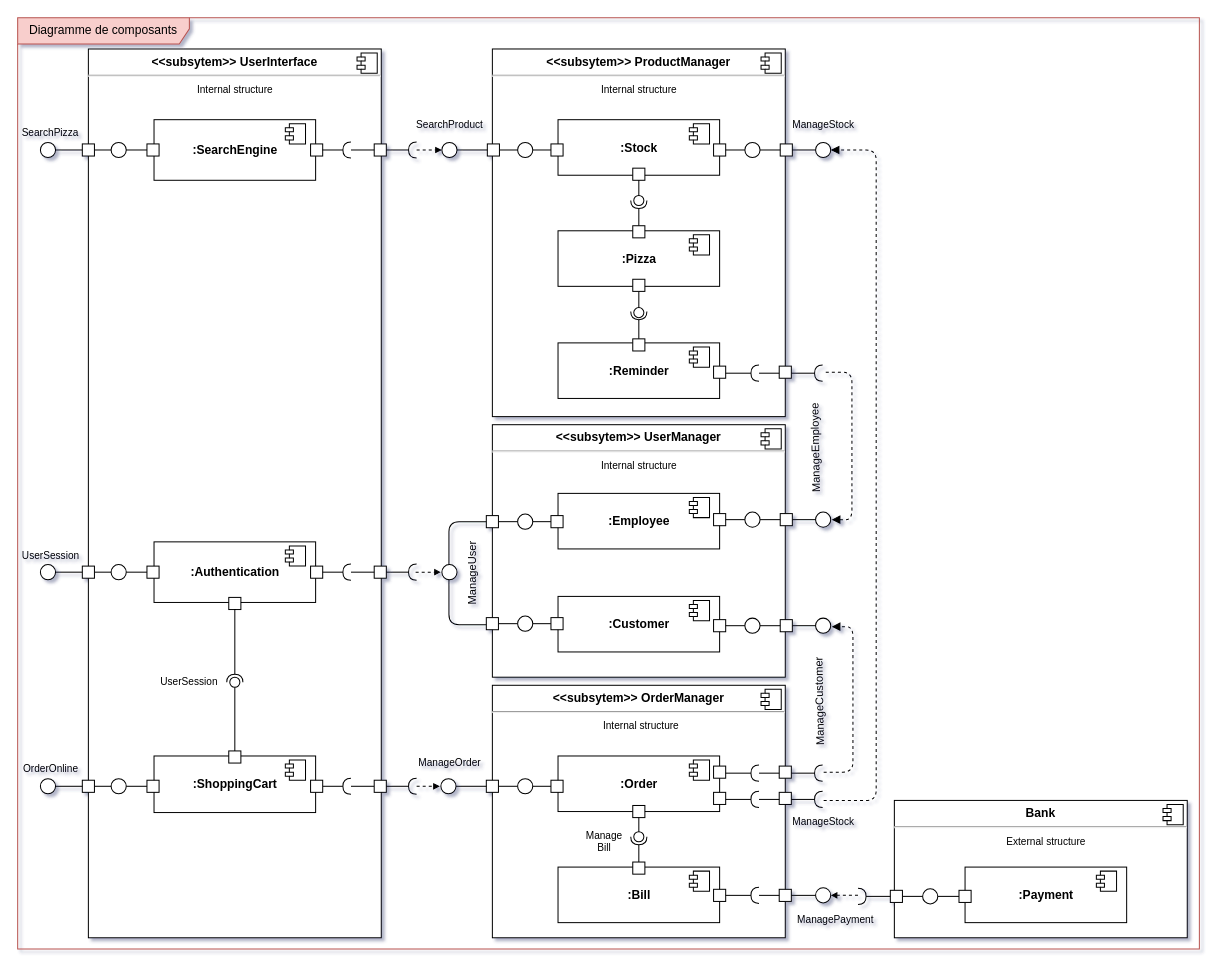
This is Diagrammes/diagramme_composant.drawio from Eidocode/OC_Project6, a draw.io file, before an edit. Source tidied: cells renumbered, new cells numbered last; positions are measured from the earlier drawing's top-left corner, leaving out a move shared by most shapes. Both pictures are drawn from the tidied source at 101%, with x=0, y=0 at pixel (17, 17).
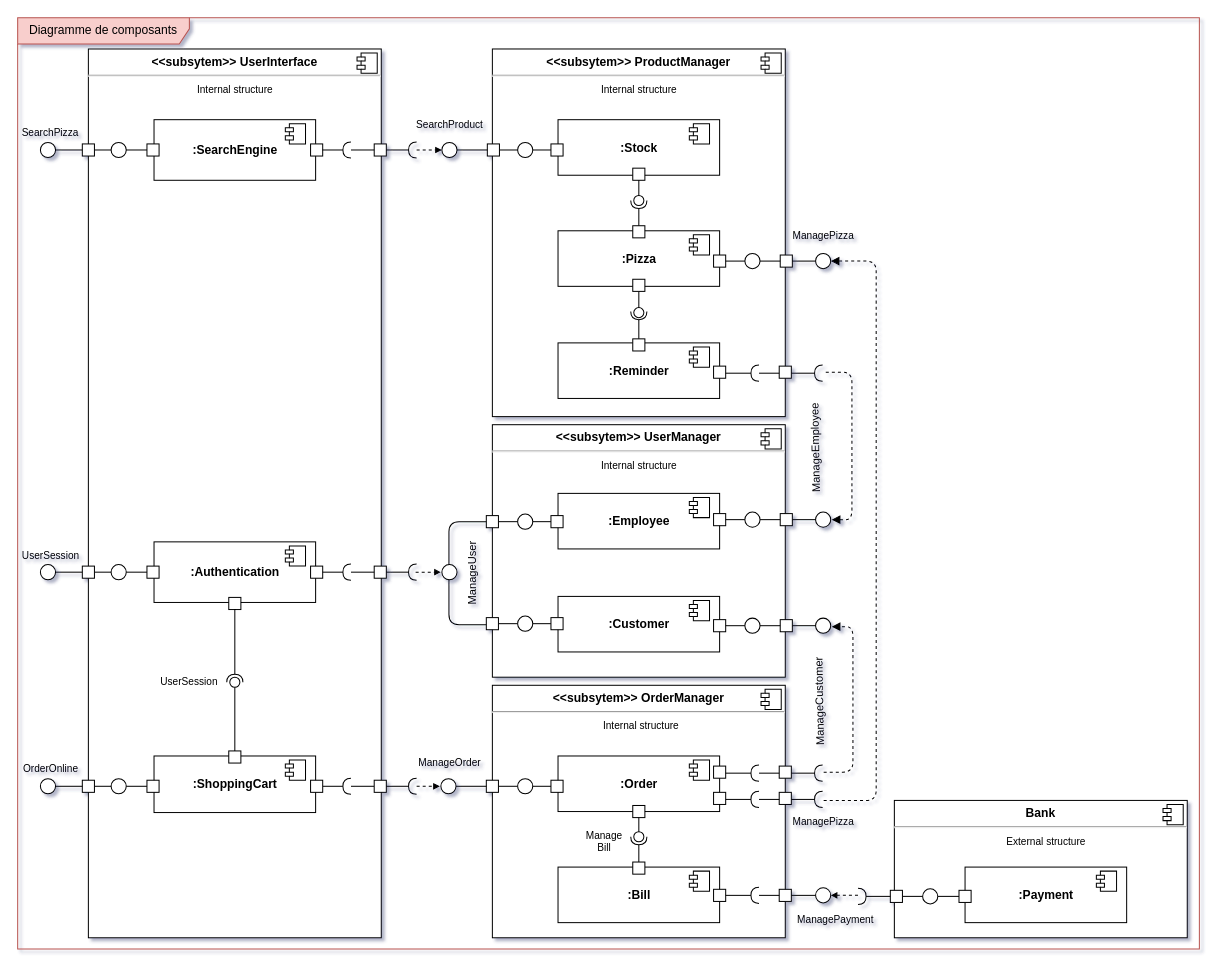
The same diagram, later.

The edit, as a diff of the source:
```diff
@@
     <mxCell id="110" style="whiteSpace=wrap;html=1;glass=0;shadow=0;" parent="1" vertex="1">
-      <mxGeometry x="689" y="125" width="12" height="12" as="geometry" />
+      <mxGeometry x="689" y="235" width="12" height="12" as="geometry" />
     </mxCell>
     <mxCell id="111" style="whiteSpace=wrap;html=1;glass=0;shadow=0;" parent="1" vertex="1">
-      <mxGeometry x="755" y="125" width="12" height="12" as="geometry" />
+      <mxGeometry x="755" y="235" width="12" height="12" as="geometry" />
     </mxCell>
@@
     <mxCell id="115" style="ellipse;whiteSpace=wrap;html=1;shadow=0;glass=0;fontSize=10;" parent="1" vertex="1">
-      <mxGeometry x="790" y="123.5" width="15" height="15" as="geometry" />
+      <mxGeometry x="790" y="233.5" width="15" height="15" as="geometry" />
     </mxCell>
     <mxCell id="116" style="ellipse;whiteSpace=wrap;html=1;shadow=0;glass=0;fontSize=10;" parent="1" vertex="1">
-      <mxGeometry x="720" y="123.5" width="15" height="15" as="geometry" />
+      <mxGeometry x="720" y="233.5" width="15" height="15" as="geometry" />
     </mxCell>
@@
     <mxCell id="124" style="endArrow=none;html=1;shadow=0;strokeColor=#000000;strokeWidth=1;fontSize=11;exitX=1;exitY=0.5;exitDx=0;exitDy=0;" parent="1" edge="1" source="111">
       <mxGeometry relative="1" as="geometry">
-        <mxPoint x="790" y="131" as="targetPoint" />
+        <mxPoint x="790" y="241" as="targetPoint" />
       </mxGeometry>
     </mxCell>
@@
     <mxCell id="126" style="jettySize=auto;endArrow=block;endFill=1;fontSize=11;html=1;spacing=2;spacingLeft=0;spacingTop=0;spacingBottom=0;strokeWidth=1;startSize=6;endSize=6;shadow=0;entryX=1;entryY=0.5;entryDx=0;entryDy=0;dashed=1;" parent="1" edge="1" target="115">
       <mxGeometry relative="1" as="geometry">
         <mxPoint x="798" y="775" as="sourcePoint" />
         <Array as="points">
           <mxPoint x="850" y="775" />
-          <mxPoint x="850" y="131" />
+          <mxPoint x="850" y="241" />
         </Array>
       </mxGeometry>
     </mxCell>
@@
-    <mxCell id="138" value="ManageStock" style="text;html=1;strokeColor=none;fillColor=none;align=center;verticalAlign=middle;whiteSpace=wrap;shadow=0;glass=0;fontSize=10;" parent="1" vertex="1">
-      <mxGeometry x="777.5" y="96" width="40" height="20" as="geometry" />
+    <mxCell id="138" value="ManagePizza" style="text;html=1;strokeColor=none;fillColor=none;align=center;verticalAlign=middle;whiteSpace=wrap;shadow=0;glass=0;fontSize=10;" parent="1" vertex="1">
+      <mxGeometry x="777.5" y="206" width="40" height="20" as="geometry" />
     </mxCell>
-    <mxCell id="139" value="ManageStock" style="text;html=1;strokeColor=none;fillColor=none;align=center;verticalAlign=middle;whiteSpace=wrap;shadow=0;glass=0;fontSize=10;" parent="1" vertex="1">
+    <mxCell id="139" value="ManagePizza" style="text;html=1;strokeColor=none;fillColor=none;align=center;verticalAlign=middle;whiteSpace=wrap;shadow=0;glass=0;fontSize=10;" parent="1" vertex="1">
       <mxGeometry x="777.5" y="786" width="40" height="20" as="geometry" />
     </mxCell>
```
